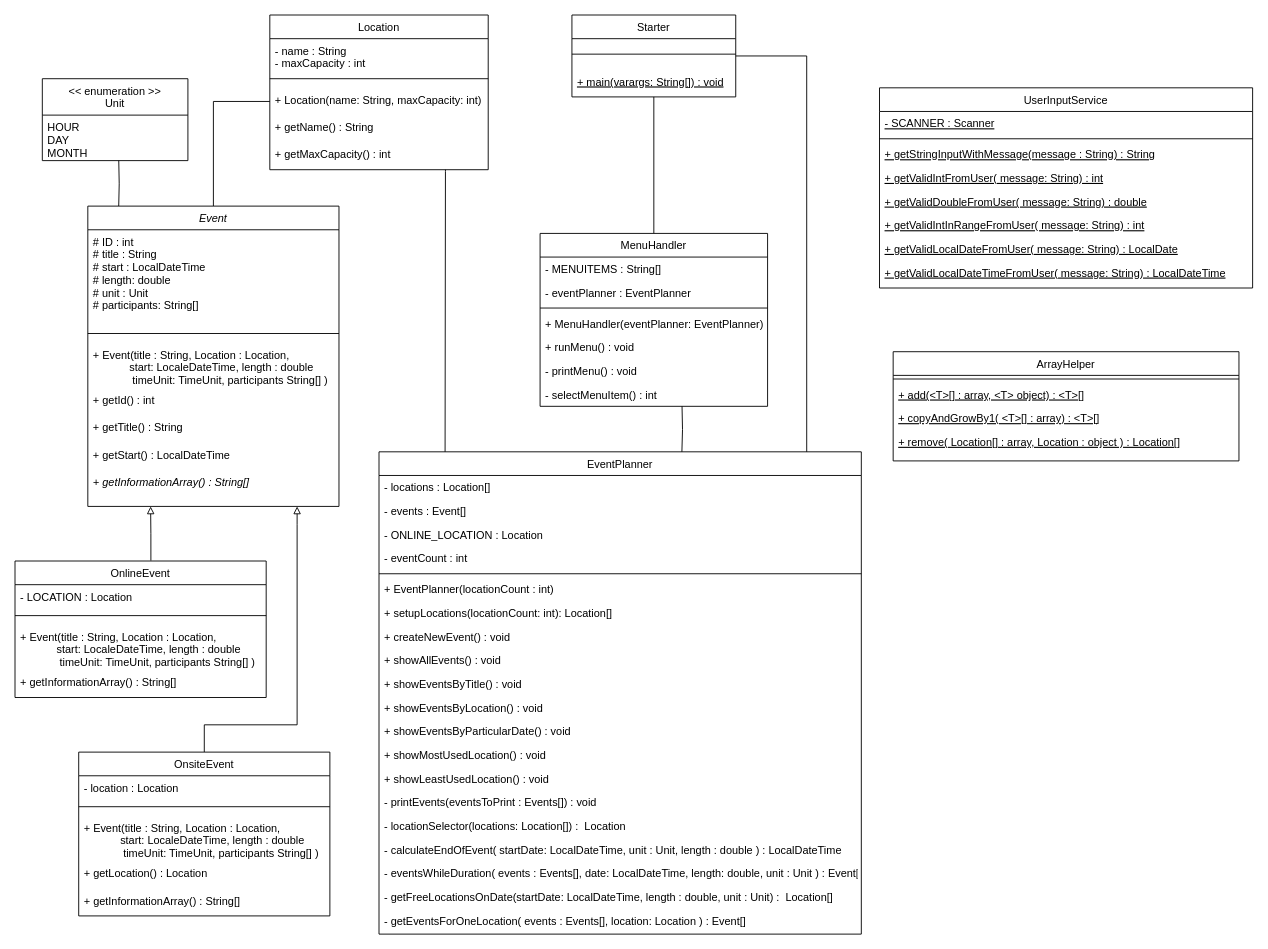
Above: doc/UML.drawio in julix14/becker-co1-assignment-02 (draw.io), before the change. Source tidied: cells renumbered, new cells numbered last; positions are measured from the earlier drawing's top-left corner, leaving out a move shared by most shapes. Both pictures are drawn from the tidied source at 91%, with x=0, y=0 at pixel (15, 15).
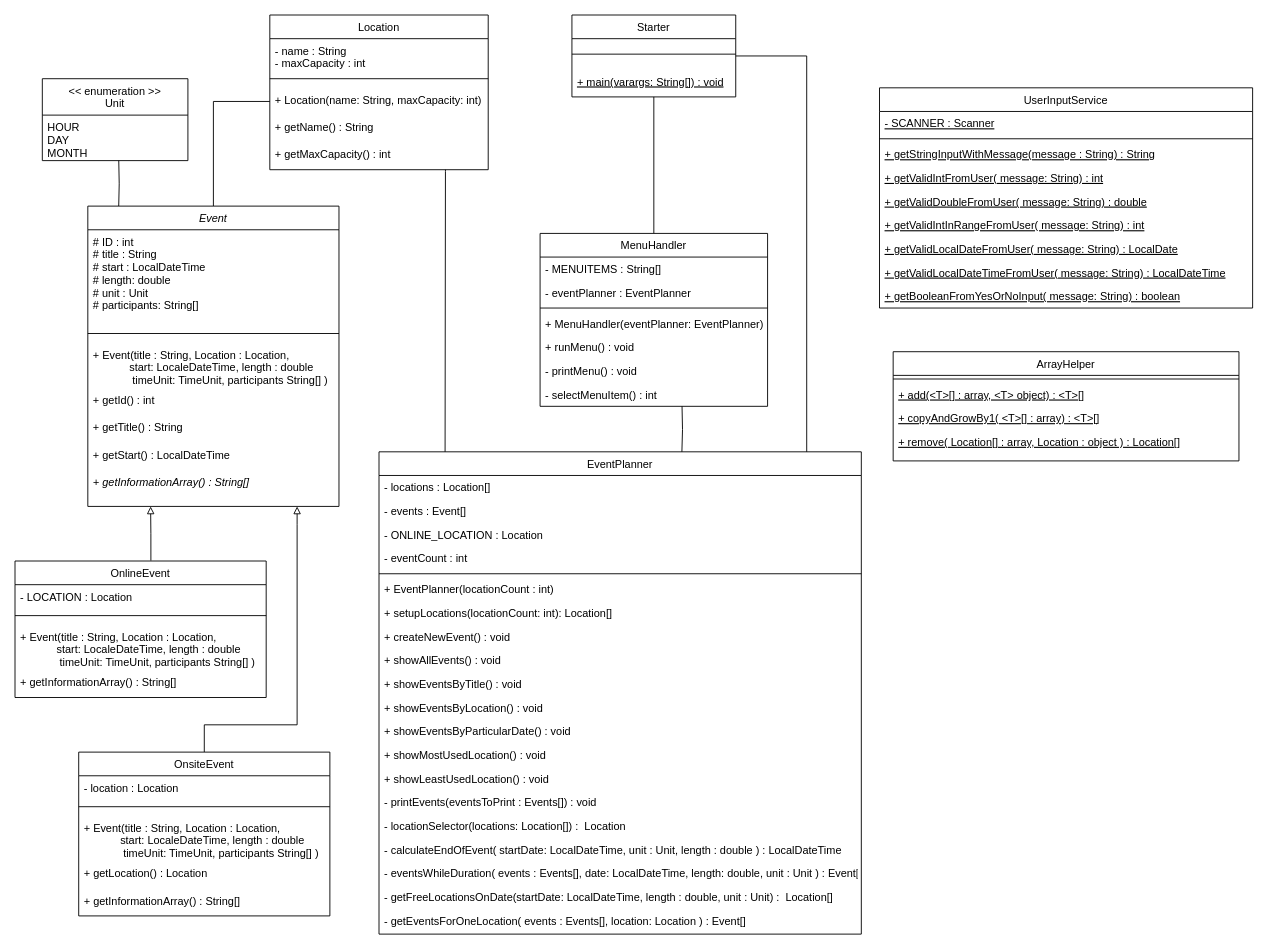
The same diagram, later.

Diff of the diagram source:
```diff
@@
     <mxCell id="68" value="UserInputService" style="swimlane;fontStyle=0;align=center;verticalAlign=top;horizontal=1;startSize=26;rounded=0;shadow=0;strokeWidth=1;" parent="1" vertex="1">
-      <mxGeometry x="950" y="80" width="410" height="220" as="geometry" />
+      <mxGeometry x="950" y="80" width="410" height="242" as="geometry" />
     </mxCell>
@@
+    <mxCell id="83" value="+ getBooleanFromYesOrNoInput( message: String) : boolean" style="text;align=left;verticalAlign=top;spacingLeft=4;spacingRight=4;overflow=hidden;fontStyle=4;fontColor=default;labelBackgroundColor=default;" parent="68" vertex="1">
+      <mxGeometry y="216" width="410" height="26" as="geometry" />
+    </mxCell>
```
